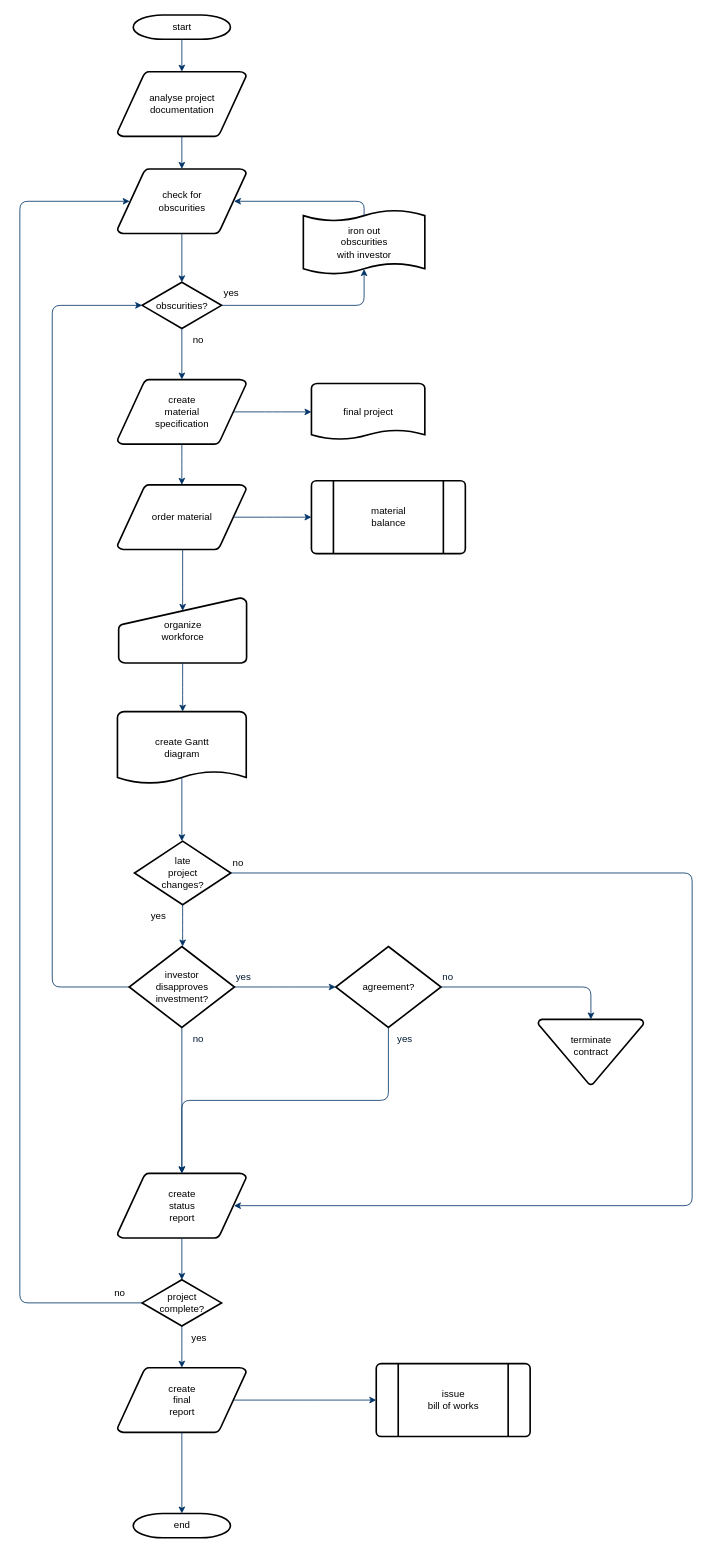
Earlier version of the draw.io diagram Untitled Diagram.drawio (AkAsHSoFtwarEeNginneR/AkAsHSoFtwarEeNginneR). Source tidied: cells renumbered, new cells numbered last; positions are measured from the earlier drawing's top-left corner, leaving out a move shared by most shapes. Both pictures are drawn from the tidied source at 81%, with x=0, y=0 at pixel (19, 15).
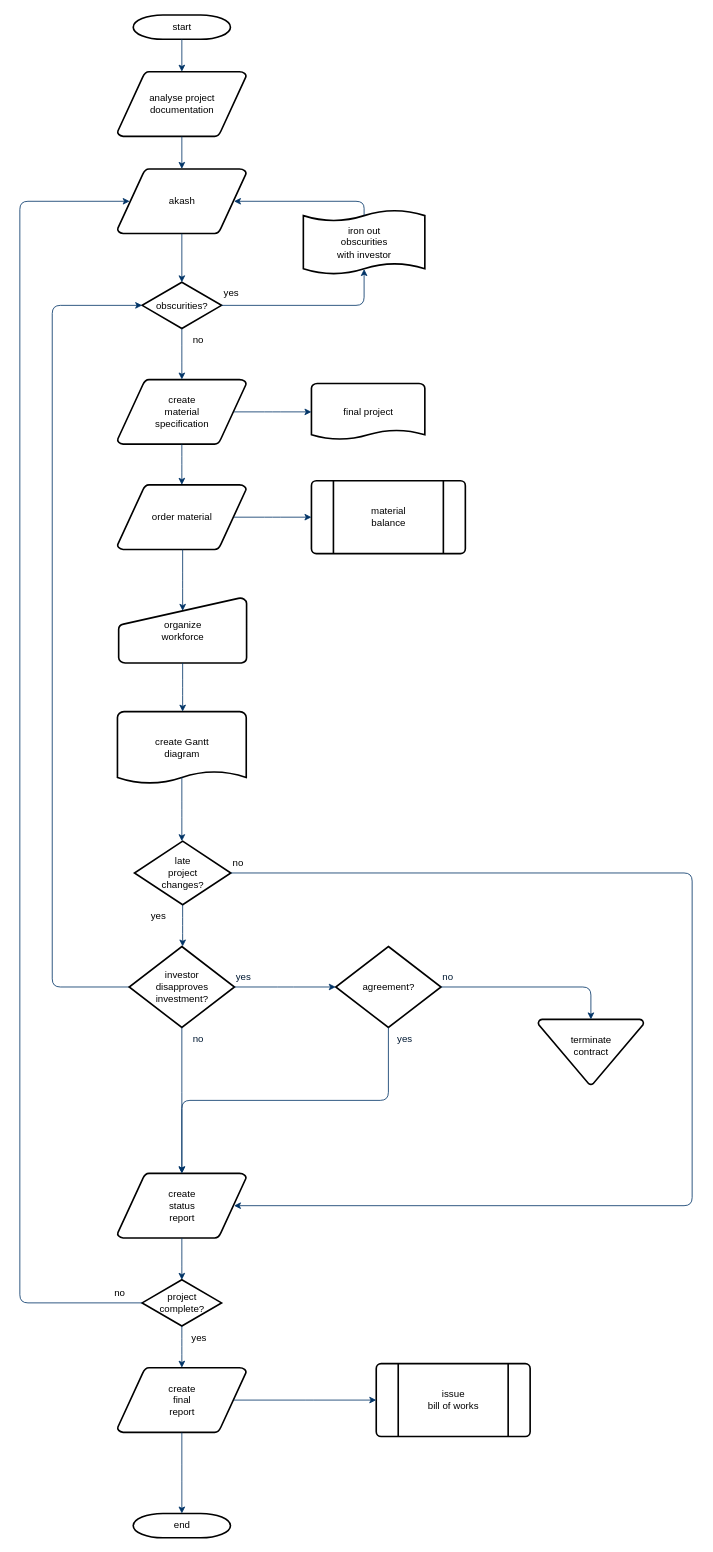
Above is the later version.

Diff of the diagram source:
```diff
@@
-    <mxCell id="5" value="check for&#10;obscurities" style="shape=mxgraph.flowchart.data;strokeWidth=2;gradientColor=none;gradientDirection=north;fontStyle=0;html=1;" parent="1" vertex="1">
+    <mxCell id="5" value="akash" style="shape=mxgraph.flowchart.data;strokeWidth=2;gradientColor=none;gradientDirection=north;fontStyle=0;html=1;" parent="1" vertex="1">
       <mxGeometry x="120.5" y="190" width="159" height="80" as="geometry" />
     </mxCell>
```
